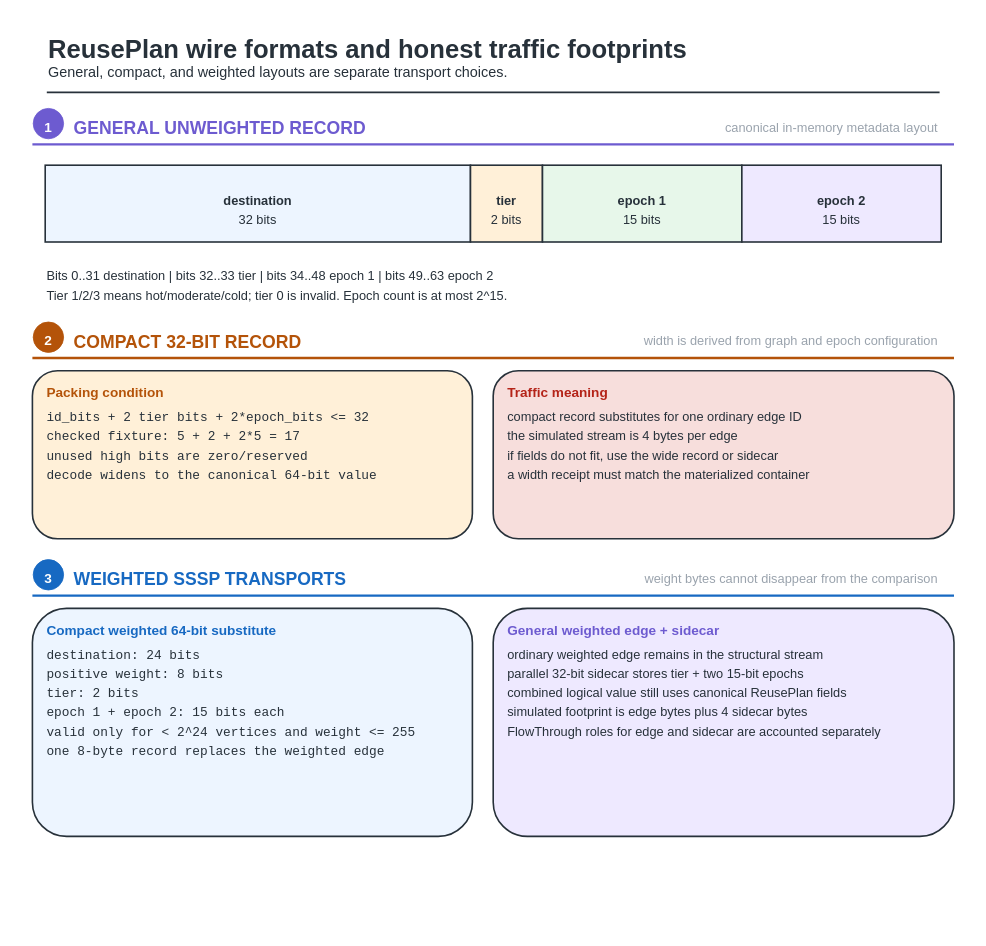
The draw.io diagram fig/wiki_src/reuse-plan-flowthrough/reuse-plan-flowthrough-f02-record-formats.drawio in UVA-LavaLab/ECG_GrAPL, before the edit. Source tidied: cells renumbered, new cells numbered last; positions are measured from the earlier drawing's top-left corner, leaving out a move shared by most shapes. Both pictures are drawn from the tidied source at 80%, with x=0, y=0 at pixel (13, 13).
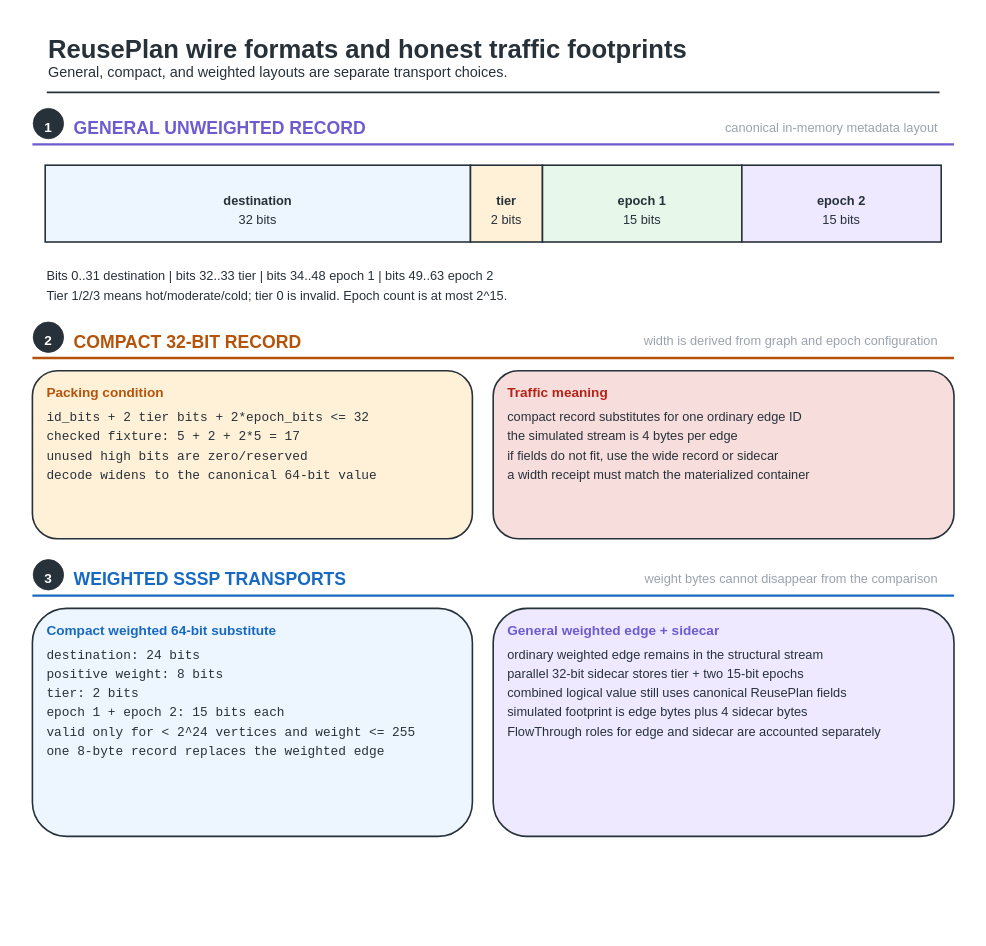
The same page after the edit.

Diff of the diagram source:
```diff
@@
-    <mxCell id="6" style="ellipse;html=0;fillColor=#6D5BD0;strokeColor=#6D5BD0;strokeWidth=1;" parent="1" vertex="1">
+    <mxCell id="6" style="ellipse;html=0;fillColor=#27313A;strokeColor=#27313A;strokeWidth=1;" parent="1" vertex="1">
       <mxGeometry x="25" y="119" width="38" height="38" as="geometry" />
     </mxCell>
@@
-    <mxCell id="25" style="ellipse;html=0;fillColor=#B45309;strokeColor=#B45309;strokeWidth=1;" parent="1" vertex="1">
+    <mxCell id="25" style="ellipse;html=0;fillColor=#27313A;strokeColor=#27313A;strokeWidth=1;" parent="1" vertex="1">
       <mxGeometry x="25" y="386" width="38" height="38" as="geometry" />
     </mxCell>
@@
-    <mxCell id="42" style="ellipse;html=0;fillColor=#1769C2;strokeColor=#1769C2;strokeWidth=1;" parent="1" vertex="1">
+    <mxCell id="42" style="ellipse;html=0;fillColor=#27313A;strokeColor=#27313A;strokeWidth=1;" parent="1" vertex="1">
       <mxGeometry x="25" y="683" width="38" height="38" as="geometry" />
     </mxCell>
```
